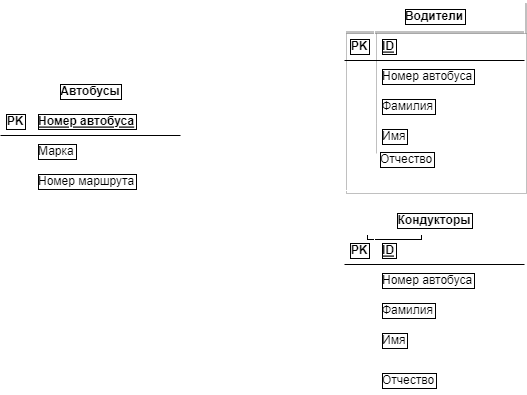
Above: HomeWorks/IntroToDataBase/Lesson1/Структура.drawio.png in VasiliyMikhaylov91/HomeWorks_C- (draw.io), before the change. Source tidied: cells renumbered, new cells last; positions are measured from the earlier drawing's top-left corner, leaving out a move shared by most shapes.
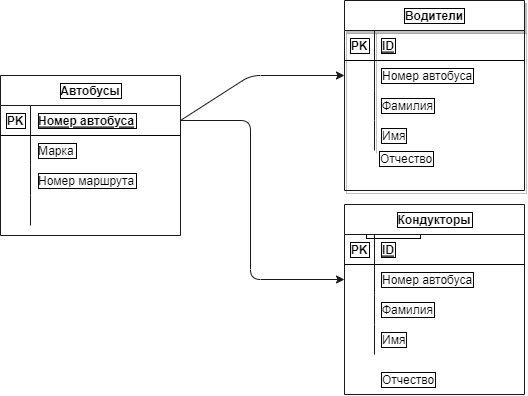
The same file after the commit.

Commit message:
Correct Lesson1 ITDB

Change to the diagram source:
```diff
@@ -2,7 +2,7 @@
   <root>
     <mxCell id="0" />
     <mxCell id="1" parent="0" />
-    <mxCell id="2" value="Автобусы" style="shape=table;startSize=30;rowLines=0;fontStyle=1;align=center;labelBackgroundColor=default;labelBorderColor=default;swimlaneFillColor=none;gradientColor=none;strokeColor=#FFFFFF;" parent="1" vertex="1">
+    <mxCell id="2" value="Автобусы" style="shape=table;startSize=30;rowLines=0;fontStyle=1;align=center;labelBackgroundColor=default;labelBorderColor=default;swimlaneFillColor=none;gradientColor=none;strokeColor=#1A1A1A;" parent="1" vertex="1">
       <mxGeometry y="75" width="180" height="160" as="geometry" />
     </mxCell>
     <mxCell id="3" style="shape=partialRectangle;fillColor=none;top=0;left=0;bottom=1;right=0;points=[[0,0.5],[1,0.5]];portConstraint=eastwest;labelBackgroundColor=default;labelBorderColor=default;" parent="2" vertex="1">
@@ -41,7 +41,7 @@
     <mxCell id="14" style="shape=partialRectangle;fillColor=none;top=0;left=0;bottom=0;right=0;align=left;spacingLeft=6;overflow=hidden;labelBackgroundColor=default;labelBorderColor=default;" parent="12" vertex="1">
       <mxGeometry x="30" width="150" height="30" as="geometry" />
     </mxCell>
-    <mxCell id="15" value="Водители" style="shape=table;startSize=30;rowLines=0;fontStyle=1;align=center;labelBackgroundColor=default;labelBorderColor=default;shadow=1;strokeColor=#FFFFFF;" parent="1" vertex="1">
+    <mxCell id="15" value="Водители" style="shape=table;startSize=30;rowLines=0;fontStyle=1;align=center;labelBackgroundColor=default;labelBorderColor=default;shadow=1;strokeColor=#1A1A1A;" parent="1" vertex="1">
       <mxGeometry x="344" width="180" height="190" as="geometry" />
     </mxCell>
     <mxCell id="16" style="shape=partialRectangle;fillColor=none;top=0;left=0;bottom=1;right=0;labelBackgroundColor=default;labelBorderColor=default;" parent="15" vertex="1">
@@ -83,7 +83,7 @@
     <mxCell id="28" value="Отчество" style="shape=partialRectangle;fillColor=none;top=0;left=0;bottom=0;right=0;align=left;spacingLeft=6;overflow=hidden;labelBackgroundColor=default;labelBorderColor=default;" parent="1" vertex="1">
       <mxGeometry x="359" y="215" width="150" height="30" as="geometry" />
     </mxCell>
-    <mxCell id="29" style="edgeStyle=none;html=1;exitX=1;exitY=0.5;exitDx=0;exitDy=0;entryX=0;entryY=0.5;entryDx=0;entryDy=0;labelBackgroundColor=default;labelBorderColor=default;strokeColor=#FFFFFF;" parent="1" edge="1" source="3" target="19">
+    <mxCell id="29" style="edgeStyle=none;html=1;exitX=1;exitY=0.5;exitDx=0;exitDy=0;entryX=0;entryY=0.5;entryDx=0;entryDy=0;labelBackgroundColor=default;labelBorderColor=default;strokeColor=#1A1A1A;" parent="1" edge="1" source="3" target="19">
       <mxGeometry relative="1" as="geometry">
         <Array as="points">
           <mxPoint x="250" y="75" />
@@ -96,7 +96,7 @@
     <mxCell id="31" value="Отчество" style="shape=partialRectangle;fillColor=none;top=0;left=0;bottom=0;right=0;align=left;spacingLeft=6;overflow=hidden;labelBackgroundColor=default;labelBorderColor=default;" parent="1" vertex="1">
       <mxGeometry x="372" y="143" width="150" height="30" as="geometry" />
     </mxCell>
-    <mxCell id="32" style="edgeStyle=none;html=1;exitX=1;exitY=0.5;exitDx=0;exitDy=0;entryX=0;entryY=0.5;entryDx=0;entryDy=0;labelBackgroundColor=default;labelBorderColor=default;strokeColor=#FFFFFF;" parent="1" edge="1" source="3" target="37">
+    <mxCell id="32" style="edgeStyle=none;html=1;exitX=1;exitY=0.5;exitDx=0;exitDy=0;entryX=0;entryY=0.5;entryDx=0;entryDy=0;labelBackgroundColor=default;labelBorderColor=default;strokeColor=#1A1A1A;" parent="1" edge="1" source="3" target="37">
       <mxGeometry relative="1" as="geometry">
         <Array as="points">
           <mxPoint x="250" y="120" />
@@ -104,7 +104,7 @@
         </Array>
       </mxGeometry>
     </mxCell>
-    <mxCell id="33" value="Кондукторы" style="shape=table;startSize=30;rowLines=0;fontStyle=1;align=center;labelBackgroundColor=default;labelBorderColor=default;strokeColor=#FFFFFF;" parent="1" vertex="1">
+    <mxCell id="33" value="Кондукторы" style="shape=table;startSize=30;rowLines=0;fontStyle=1;align=center;labelBackgroundColor=default;labelBorderColor=default;strokeColor=#1A1A1A;" parent="1" vertex="1">
       <mxGeometry x="344" y="204" width="180" height="190" as="geometry" />
     </mxCell>
     <mxCell id="34" style="shape=partialRectangle;fillColor=none;top=0;left=0;bottom=1;right=0;labelBackgroundColor=default;labelBorderColor=default;" parent="33" vertex="1">
```
